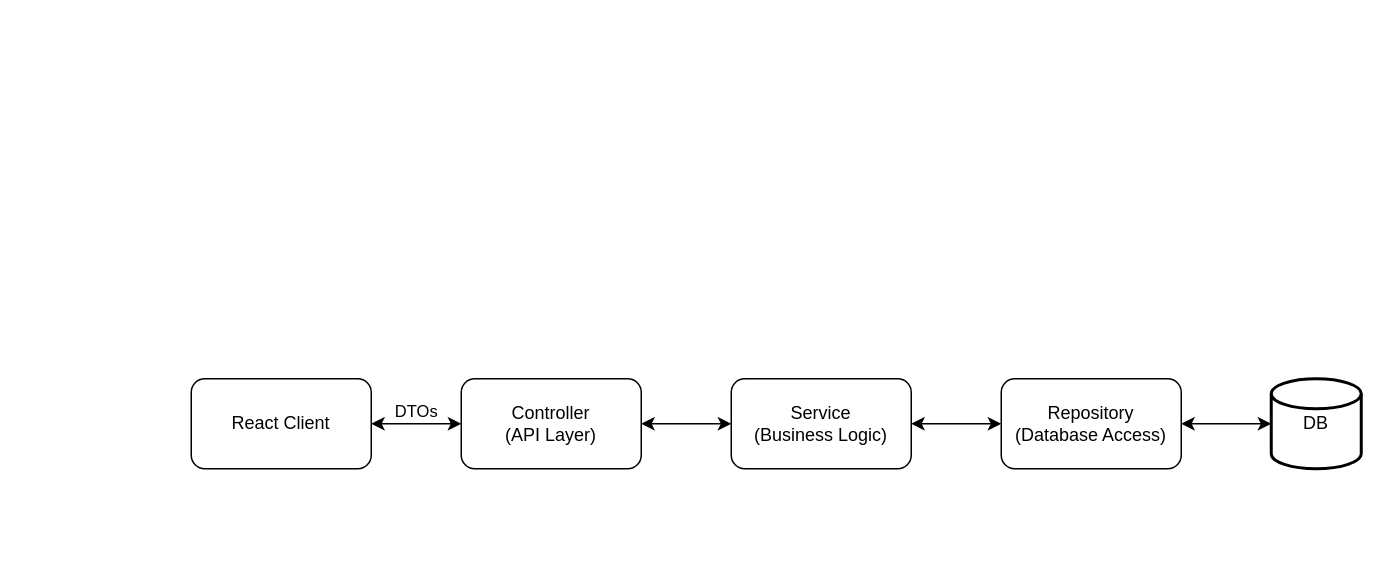
Before: architecture.drawio in fabian-emilius/bachelor-thesis-charts, a draw.io diagram. Source tidied: cells renumbered, new cells numbered last; positions are measured from the earlier drawing's top-left corner, leaving out a move shared by most shapes. Both pictures are drawn from the tidied source at 150%, with x=0, y=0 at pixel (190, 378).
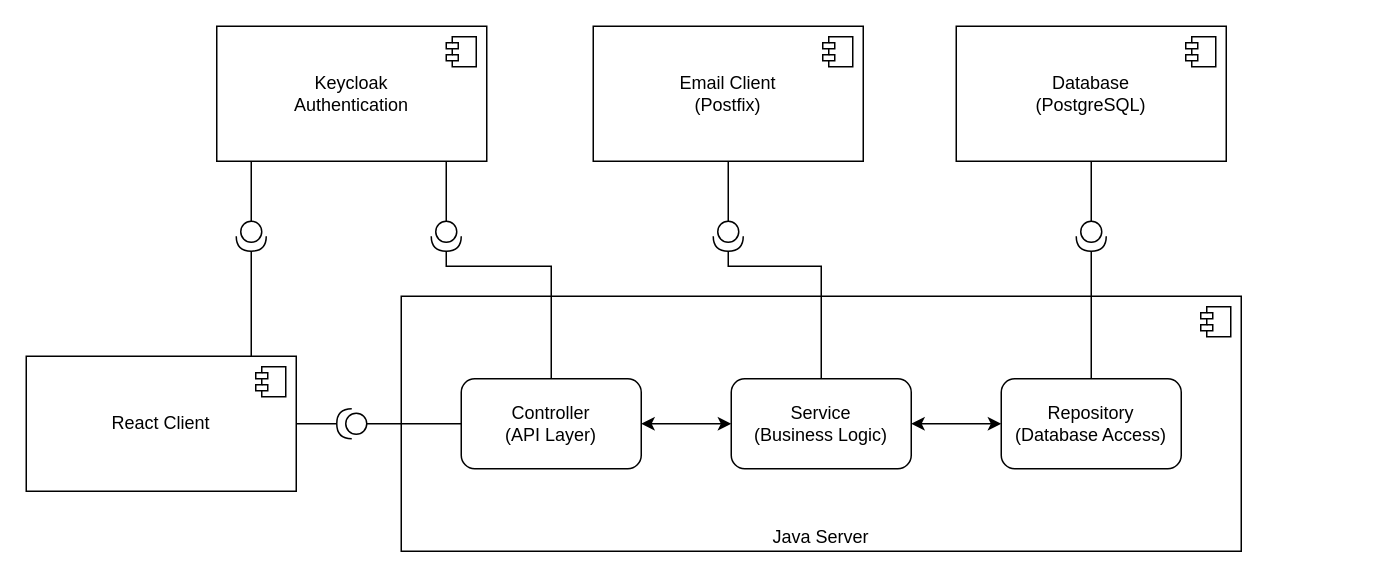
After the change.

The change refers to these unchanged cells:
```xml
<mxCell id="6" value="Controller&lt;br&gt;(API Layer)" style="rounded=1;whiteSpace=wrap;html=1;" parent="1" vertex="1">
  <mxGeometry x="180" width="120" height="60" as="geometry" />
</mxCell>
<mxCell id="8" value="Service&lt;br&gt;(Business Logic)" style="rounded=1;whiteSpace=wrap;html=1;" parent="1" vertex="1">
  <mxGeometry x="360" width="120" height="60" as="geometry" />
</mxCell>
<mxCell id="9" value="Repository&lt;br&gt;(Database Access)" style="rounded=1;whiteSpace=wrap;html=1;" parent="1" vertex="1">
  <mxGeometry x="540" width="120" height="60" as="geometry" />
</mxCell>
```

Change to the diagram source:
```diff
@@
-    <mxCell id="2" style="edgeStyle=orthogonalEdgeStyle;rounded=0;jettySize=auto;html=1;exitX=1;exitY=0.5;exitDx=0;exitDy=0;entryX=0;entryY=0.5;entryDx=0;entryDy=0;startArrow=classic;startFill=1;" parent="1" edge="1" source="4" target="6">
-      <mxGeometry relative="1" as="geometry" />
-    </mxCell>
-    <mxCell id="3" value="DTOs" style="edgeLabel;html=1;align=center;verticalAlign=middle;" parent="2" vertex="1">
-      <mxGeometry x="-0.07" y="2" relative="1" as="geometry">
-        <mxPoint x="1" y="-7" as="offset" />
-      </mxGeometry>
-    </mxCell>
-    <mxCell id="4" value="React Client" style="rounded=1;whiteSpace=wrap;html=1;" parent="1" vertex="1">
-      <mxGeometry width="120" height="60" as="geometry" />
-    </mxCell>
+    <mxCell id="12" value="Java Server" style="html=1;whiteSpace=wrap;verticalAlign=bottom;" parent="1" vertex="1">
+      <mxGeometry x="140" y="-55" width="560" height="170" as="geometry" />
+    </mxCell>
+    <mxCell id="13" style="shape=module;jettyWidth=8;jettyHeight=4;" parent="12" vertex="1">
+      <mxGeometry x="1" width="20" height="20" relative="1" as="geometry">
+        <mxPoint x="-27" y="7" as="offset" />
+      </mxGeometry>
+    </mxCell>
@@
-    <mxCell id="10" value="DB" style="strokeWidth=2;html=1;shape=mxgraph.flowchart.database;whiteSpace=wrap;" parent="1" vertex="1">
-      <mxGeometry x="720" width="60" height="60" as="geometry" />
-    </mxCell>
-    <mxCell id="11" style="edgeStyle=orthogonalEdgeStyle;rounded=0;jettySize=auto;html=1;exitX=1;exitY=0.5;exitDx=0;exitDy=0;entryX=0;entryY=0.5;entryDx=0;entryDy=0;entryPerimeter=0;startArrow=classic;startFill=1;" parent="1" edge="1" source="9" target="10">
-      <mxGeometry relative="1" as="geometry" />
-    </mxCell>
+    <mxCell id="4" value="React Client" style="html=1;whiteSpace=wrap;" parent="1" vertex="1">
+      <mxGeometry x="-110" y="-15" width="180" height="90" as="geometry" />
+    </mxCell>
+    <mxCell id="14" style="shape=module;jettyWidth=8;jettyHeight=4;" parent="4" vertex="1">
+      <mxGeometry x="1" width="20" height="20" relative="1" as="geometry">
+        <mxPoint x="-27" y="7" as="offset" />
+      </mxGeometry>
+    </mxCell>
+    <mxCell id="15" value="Keycloak&lt;div&gt;Authentication&lt;/div&gt;" style="html=1;whiteSpace=wrap;" parent="1" vertex="1">
+      <mxGeometry x="17" y="-235" width="180" height="90" as="geometry" />
+    </mxCell>
+    <mxCell id="16" style="shape=module;jettyWidth=8;jettyHeight=4;" parent="15" vertex="1">
+      <mxGeometry x="1" width="20" height="20" relative="1" as="geometry">
+        <mxPoint x="-27" y="7" as="offset" />
+      </mxGeometry>
+    </mxCell>
+    <mxCell id="17" value="Email Client&lt;div&gt;(Postfix)&lt;/div&gt;" style="html=1;whiteSpace=wrap;" parent="1" vertex="1">
+      <mxGeometry x="268" y="-235" width="180" height="90" as="geometry" />
+    </mxCell>
+    <mxCell id="18" style="shape=module;jettyWidth=8;jettyHeight=4;" parent="17" vertex="1">
+      <mxGeometry x="1" width="20" height="20" relative="1" as="geometry">
+        <mxPoint x="-27" y="7" as="offset" />
+      </mxGeometry>
+    </mxCell>
+    <mxCell id="19" style="edgeStyle=orthogonalEdgeStyle;rounded=0;jettySize=auto;html=1;exitX=0;exitY=0.5;exitDx=0;exitDy=0;exitPerimeter=0;endArrow=none;endFill=0;" parent="1" edge="1" source="21" target="6">
+      <mxGeometry relative="1" as="geometry" />
+    </mxCell>
+    <mxCell id="20" style="edgeStyle=orthogonalEdgeStyle;rounded=0;jettySize=auto;html=1;exitX=1;exitY=0.5;exitDx=0;exitDy=0;exitPerimeter=0;entryX=1;entryY=0.5;entryDx=0;entryDy=0;endArrow=none;endFill=0;" parent="1" edge="1" source="21" target="4">
+      <mxGeometry relative="1" as="geometry" />
+    </mxCell>
+    <mxCell id="21" style="shape=providedRequiredInterface;html=1;verticalLabelPosition=bottom;sketch=0;flipH=1;" parent="1" vertex="1">
+      <mxGeometry x="97" y="20" width="20" height="20" as="geometry" />
+    </mxCell>
+    <mxCell id="22" value="Database&lt;div&gt;(PostgreSQL)&lt;/div&gt;" style="html=1;whiteSpace=wrap;" parent="1" vertex="1">
+      <mxGeometry x="510" y="-235" width="180" height="90" as="geometry" />
+    </mxCell>
+    <mxCell id="23" style="shape=module;jettyWidth=8;jettyHeight=4;" parent="22" vertex="1">
+      <mxGeometry x="1" width="20" height="20" relative="1" as="geometry">
+        <mxPoint x="-27" y="7" as="offset" />
+      </mxGeometry>
+    </mxCell>
+    <mxCell id="24" style="edgeStyle=orthogonalEdgeStyle;rounded=0;jettySize=auto;html=1;exitX=0;exitY=0.5;exitDx=0;exitDy=0;exitPerimeter=0;endArrow=none;endFill=0;" parent="1" edge="1" source="26" target="15">
+      <mxGeometry relative="1" as="geometry">
+        <Array as="points">
+          <mxPoint x="40" y="-135" />
+          <mxPoint x="40" y="-135" />
+        </Array>
+      </mxGeometry>
+    </mxCell>
+    <mxCell id="25" style="edgeStyle=orthogonalEdgeStyle;rounded=0;jettySize=auto;html=1;exitX=1;exitY=0.5;exitDx=0;exitDy=0;exitPerimeter=0;endArrow=none;endFill=0;" parent="1" edge="1" source="26" target="4">
+      <mxGeometry relative="1" as="geometry">
+        <Array as="points">
+          <mxPoint x="40" y="-35" />
+          <mxPoint x="40" y="-35" />
+        </Array>
+      </mxGeometry>
+    </mxCell>
+    <mxCell id="26" style="shape=providedRequiredInterface;html=1;verticalLabelPosition=bottom;sketch=0;rotation=90;" parent="1" vertex="1">
+      <mxGeometry x="30" y="-105" width="20" height="20" as="geometry" />
+    </mxCell>
+    <mxCell id="27" style="edgeStyle=orthogonalEdgeStyle;rounded=0;jettySize=auto;html=1;exitX=0;exitY=0.5;exitDx=0;exitDy=0;exitPerimeter=0;endArrow=none;endFill=0;" parent="1" edge="1" source="29" target="15">
+      <mxGeometry relative="1" as="geometry">
+        <Array as="points">
+          <mxPoint x="170" y="-135" />
+          <mxPoint x="170" y="-135" />
+        </Array>
+      </mxGeometry>
+    </mxCell>
+    <mxCell id="28" style="edgeStyle=orthogonalEdgeStyle;rounded=0;jettySize=auto;html=1;exitX=1;exitY=0.5;exitDx=0;exitDy=0;exitPerimeter=0;endArrow=none;endFill=0;" parent="1" edge="1" source="29" target="6">
+      <mxGeometry relative="1" as="geometry">
+        <Array as="points">
+          <mxPoint x="170" y="-75" />
+          <mxPoint x="240" y="-75" />
+        </Array>
+      </mxGeometry>
+    </mxCell>
+    <mxCell id="29" style="shape=providedRequiredInterface;html=1;verticalLabelPosition=bottom;sketch=0;rotation=90;" parent="1" vertex="1">
+      <mxGeometry x="160" y="-105" width="20" height="20" as="geometry" />
+    </mxCell>
+    <mxCell id="30" style="edgeStyle=orthogonalEdgeStyle;rounded=0;jettySize=auto;html=1;exitX=1;exitY=0.5;exitDx=0;exitDy=0;exitPerimeter=0;endArrow=none;endFill=0;" parent="1" edge="1" source="31" target="8">
+      <mxGeometry relative="1" as="geometry">
+        <Array as="points">
+          <mxPoint x="358" y="-75" />
+          <mxPoint x="420" y="-75" />
+        </Array>
+      </mxGeometry>
+    </mxCell>
+    <mxCell id="31" style="shape=providedRequiredInterface;html=1;verticalLabelPosition=bottom;sketch=0;rotation=90;" parent="1" vertex="1">
+      <mxGeometry x="348" y="-105" width="20" height="20" as="geometry" />
+    </mxCell>
+    <mxCell id="32" style="edgeStyle=orthogonalEdgeStyle;rounded=0;jettySize=auto;html=1;exitX=0;exitY=0.5;exitDx=0;exitDy=0;exitPerimeter=0;endArrow=none;endFill=0;" parent="1" edge="1" source="34" target="22">
+      <mxGeometry relative="1" as="geometry" />
+    </mxCell>
+    <mxCell id="33" style="edgeStyle=orthogonalEdgeStyle;rounded=0;jettySize=auto;html=1;exitX=1;exitY=0.5;exitDx=0;exitDy=0;exitPerimeter=0;endArrow=none;endFill=0;" parent="1" edge="1" source="34" target="9">
+      <mxGeometry relative="1" as="geometry" />
+    </mxCell>
+    <mxCell id="34" style="shape=providedRequiredInterface;html=1;verticalLabelPosition=bottom;sketch=0;rotation=90;" parent="1" vertex="1">
+      <mxGeometry x="590" y="-105" width="20" height="20" as="geometry" />
+    </mxCell>
+    <mxCell id="35" style="edgeStyle=orthogonalEdgeStyle;rounded=0;jettySize=auto;html=1;entryX=0;entryY=0.5;entryDx=0;entryDy=0;entryPerimeter=0;endArrow=none;endFill=0;" parent="1" edge="1" source="17" target="31">
+      <mxGeometry relative="1" as="geometry" />
+    </mxCell>
```
